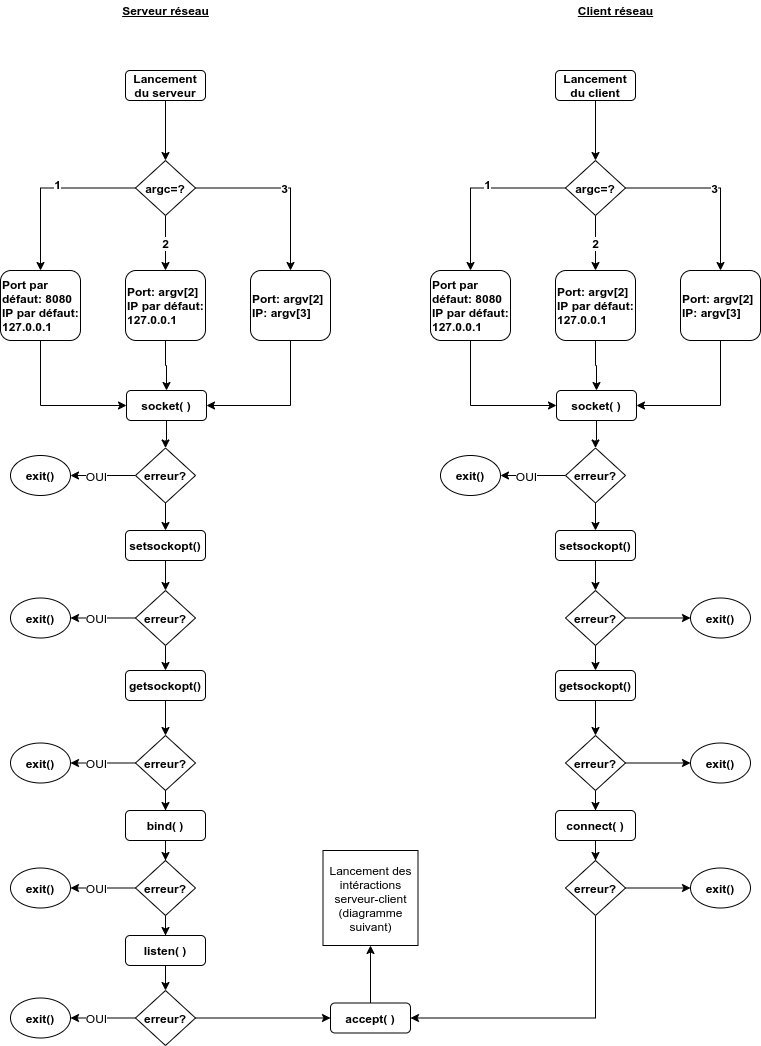
The draw.io diagram Schemas/diagramme1.png in RacimRgh/Students_Orientation-Cergy, before a commit. Source tidied: cells renumbered, new cells last; positions are measured from the earlier drawing's top-left corner, leaving out a move shared by most shapes.
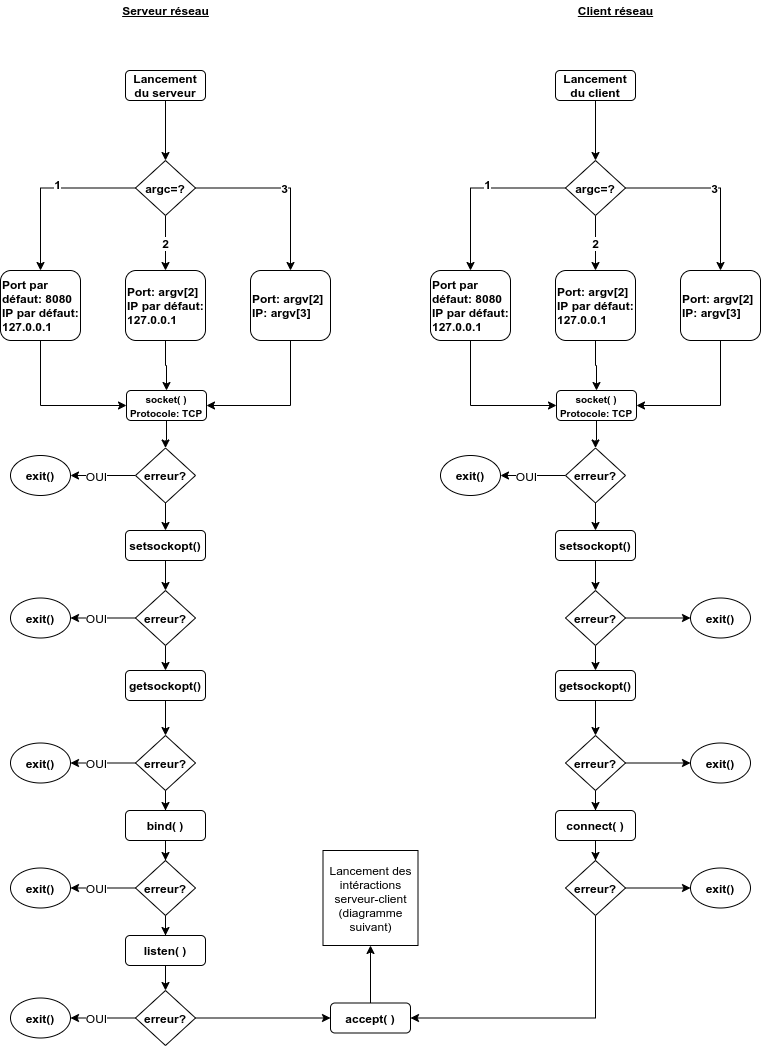
Later version of the same file.

The edit, as a diff of the source:
```diff
@@ -11,7 +11,7 @@
     <mxCell id="4" style="edgeStyle=orthogonalEdgeStyle;rounded=0;jettySize=auto;html=1;entryX=0.5;entryY=0;entryDx=0;entryDy=0;fontSize=12;" parent="1" edge="1" source="5" target="22">
       <mxGeometry relative="1" as="geometry" />
     </mxCell>
-    <mxCell id="5" value="socket( )" style="rounded=1;whiteSpace=wrap;html=1;fontStyle=1;fontSize=12;" parent="1" vertex="1">
+    <mxCell id="5" value="&lt;font style=&quot;font-size: 10px&quot;&gt;socket( )&lt;br&gt;Protocole: TCP&lt;/font&gt;" style="rounded=1;whiteSpace=wrap;html=1;fontStyle=1;fontSize=12;" parent="1" vertex="1">
       <mxGeometry x="126" y="390" width="80" height="30" as="geometry" />
     </mxCell>
     <mxCell id="6" style="edgeStyle=orthogonalEdgeStyle;rounded=0;jettySize=auto;html=1;entryX=1;entryY=0.5;entryDx=0;entryDy=0;fontSize=12;fontStyle=1;" parent="1" edge="1" source="7" target="5">
@@ -179,7 +179,7 @@
     <mxCell id="54" style="edgeStyle=orthogonalEdgeStyle;rounded=0;jettySize=auto;html=1;entryX=0.5;entryY=0;entryDx=0;entryDy=0;fontSize=12;" parent="1" edge="1" source="55" target="70">
       <mxGeometry relative="1" as="geometry" />
     </mxCell>
-    <mxCell id="55" value="socket( )" style="rounded=1;whiteSpace=wrap;html=1;fontStyle=1;fontSize=12;" parent="1" vertex="1">
+    <mxCell id="55" value="&lt;font style=&quot;font-size: 10px&quot;&gt;socket( )&lt;br&gt;Protocole: TCP&lt;/font&gt;" style="rounded=1;whiteSpace=wrap;html=1;fontStyle=1;fontSize=12;" parent="1" vertex="1">
       <mxGeometry x="556" y="390" width="80" height="30" as="geometry" />
     </mxCell>
     <mxCell id="56" style="edgeStyle=orthogonalEdgeStyle;rounded=0;jettySize=auto;html=1;entryX=1;entryY=0.5;entryDx=0;entryDy=0;fontSize=12;fontStyle=1;" parent="1" edge="1" source="57" target="55">
```
